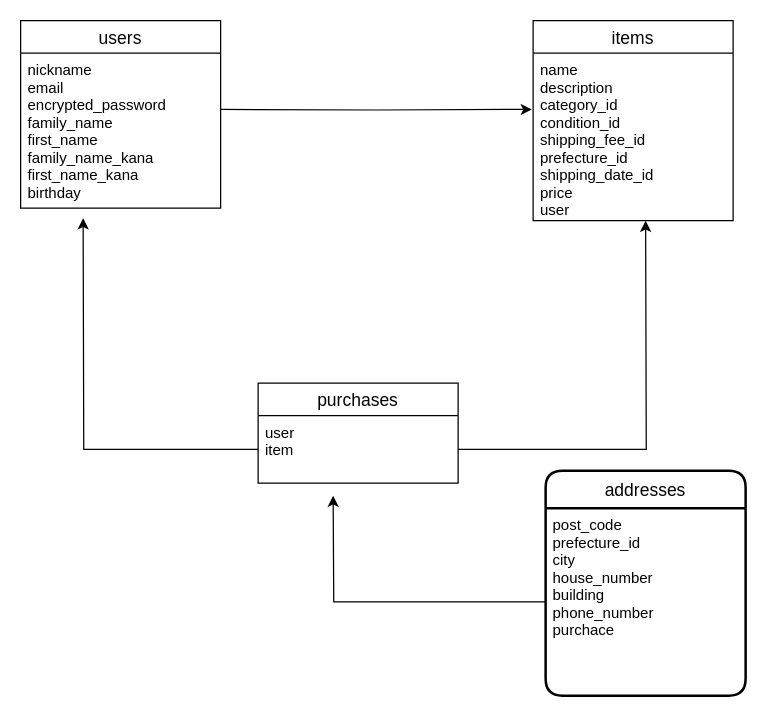
This is ER.dio from toshi120/furima-35395, a draw.io file, before an edit. Source tidied: cells renumbered, new cells numbered last; positions are measured from the earlier drawing's top-left corner, leaving out a move shared by most shapes. Both pictures are drawn from the tidied source at 125%, with x=0, y=0 at pixel (20, 20).
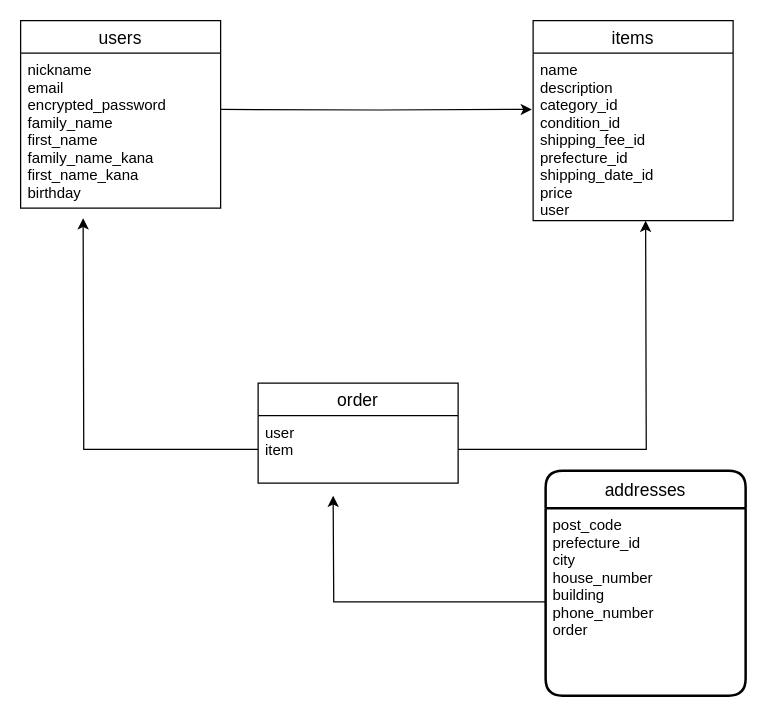
The same page after the edit.

Commit message (it also covers changes not shown here):
order modelの作成

Diff of the diagram source:
```diff
@@
 <mxGraphModel>
   <root>
     <mxCell id="0" />
     <mxCell id="1" parent="0" />
     <mxCell id="2" value="users" style="swimlane;fontStyle=0;horizontal=1;startSize=26;align=center;fontSize=14;" parent="1" vertex="1">
       <mxGeometry width="160" height="150" as="geometry" />
     </mxCell>
     <mxCell id="3" value="nickname&#10;email&#10;encrypted_password&#10;family_name&#10;first_name&#10;family_name_kana&#10;first_name_kana&#10;birthday" style="text;strokeColor=none;fillColor=none;spacingLeft=4;spacingRight=4;overflow=hidden;fontSize=12;" parent="2" vertex="1">
       <mxGeometry y="26" width="160" height="124" as="geometry" />
     </mxCell>
     <mxCell id="4" value="items" style="swimlane;fontStyle=0;horizontal=1;startSize=26;align=center;fontSize=14;verticalAlign=middle;" parent="1" vertex="1">
       <mxGeometry x="410" width="160" height="160" as="geometry" />
     </mxCell>
     <mxCell id="5" value="name&#10;description&#10;category_id&#10;condition_id&#10;shipping_fee_id&#10;prefecture_id&#10;shipping_date_id&#10;price&#10;user&#10;" style="text;strokeColor=none;fillColor=none;spacingLeft=4;spacingRight=4;overflow=hidden;points=[[0,0.5],[1,0.5]];portConstraint=eastwest;fontSize=12;" parent="4" vertex="1">
       <mxGeometry y="26" width="160" height="134" as="geometry" />
     </mxCell>
     <mxCell id="6" style="edgeStyle=orthogonalEdgeStyle;rounded=0;jettySize=auto;html=1;exitX=1;exitY=0.5;exitDx=0;exitDy=0;entryX=-0.006;entryY=0.336;entryDx=0;entryDy=0;entryPerimeter=0;" parent="1" edge="1" target="5">
       <mxGeometry relative="1" as="geometry">
         <mxPoint x="160" y="71" as="sourcePoint" />
       </mxGeometry>
     </mxCell>
-    <mxCell id="7" value="purchases" style="swimlane;fontStyle=0;horizontal=1;startSize=26;align=center;fontSize=14;" parent="1" vertex="1">
+    <mxCell id="7" value="order" style="swimlane;fontStyle=0;horizontal=1;startSize=26;align=center;fontSize=14;" parent="1" vertex="1">
       <mxGeometry x="190" y="290" width="160" height="80" as="geometry" />
     </mxCell>
     <mxCell id="8" value="user&#10;item&#10;" style="text;strokeColor=none;fillColor=none;spacingLeft=4;spacingRight=4;overflow=hidden;points=[[0,0.5],[1,0.5]];portConstraint=eastwest;fontSize=12;" parent="7" vertex="1">
       <mxGeometry y="26" width="160" height="54" as="geometry" />
     </mxCell>
     <mxCell id="9" value="addresses" style="swimlane;horizontal=1;startSize=30;rounded=1;fontSize=14;fontStyle=0;strokeWidth=2;shadow=0;dashed=0;align=center;" parent="1" vertex="1">
       <mxGeometry x="420" y="360" width="160" height="180" as="geometry" />
     </mxCell>
-    <mxCell id="10" value="post_code&#10;prefecture_id&#10;city&#10;house_number&#10;building&#10;phone_number&#10;purchace" style="align=left;strokeColor=none;fillColor=none;spacingLeft=4;fontSize=12;verticalAlign=top;" parent="9" vertex="1">
+    <mxCell id="10" value="post_code&#10;prefecture_id&#10;city&#10;house_number&#10;building&#10;phone_number&#10;order" style="align=left;strokeColor=none;fillColor=none;spacingLeft=4;fontSize=12;verticalAlign=top;" parent="9" vertex="1">
       <mxGeometry y="30" width="160" height="150" as="geometry" />
     </mxCell>
     <mxCell id="11" style="edgeStyle=orthogonalEdgeStyle;rounded=0;jettySize=auto;html=1;exitX=0;exitY=0.5;exitDx=0;exitDy=0;" parent="1" edge="1" source="10">
       <mxGeometry relative="1" as="geometry">
         <mxPoint x="250" y="380" as="targetPoint" />
       </mxGeometry>
     </mxCell>
     <mxCell id="12" style="edgeStyle=orthogonalEdgeStyle;rounded=0;jettySize=auto;html=1;exitX=0;exitY=0.5;exitDx=0;exitDy=0;" parent="1" edge="1" source="8">
       <mxGeometry relative="1" as="geometry">
         <mxPoint x="50" y="158" as="targetPoint" />
       </mxGeometry>
     </mxCell>
     <mxCell id="13" style="edgeStyle=orthogonalEdgeStyle;rounded=0;jettySize=auto;html=1;" parent="1" edge="1" source="8">
       <mxGeometry relative="1" as="geometry">
         <mxPoint x="500" y="160" as="targetPoint" />
       </mxGeometry>
     </mxCell>
   </root>
 </mxGraphModel>
```
